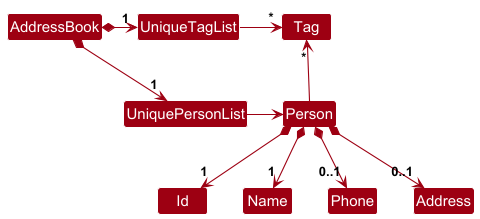
This is docs/images/BetterModelClassDiagram.png from microaugust/tp, a PlantUML export, as it was before one commit.
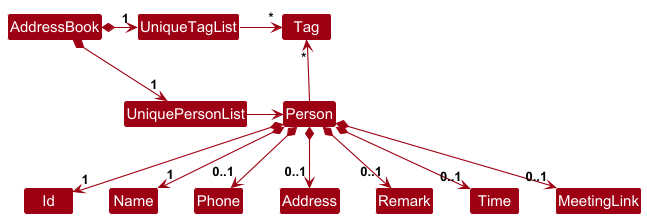
The same file after the commit.

Diff of the diagram source:
```diff
@@ -18,4 +18,8 @@
 Person *--> "1" Name
 Person *--> "0..1" Phone
 Person *--> "0..1" Address
+Person *--> "0..1" Remark
+Person *--> "0..1" Time
+Person *--> "0..1" MeetingLink
+
 @enduml
```
